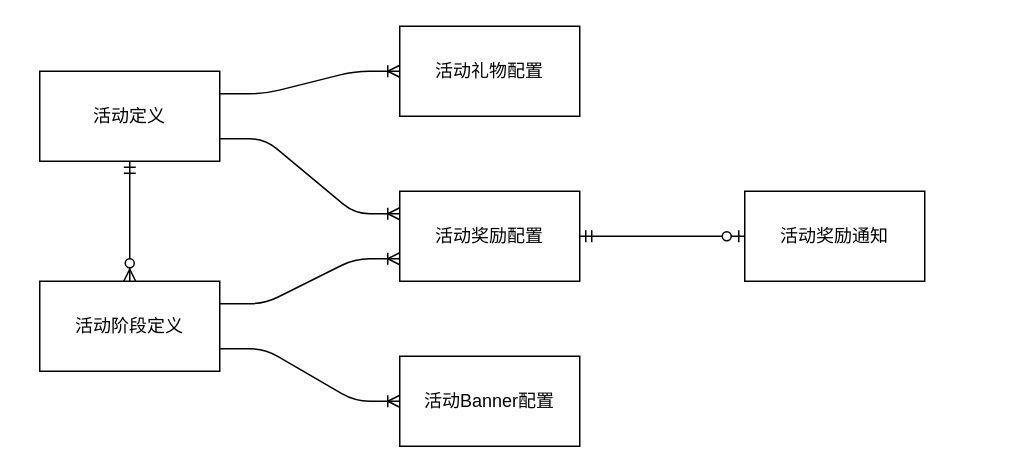
The draw.io diagram assets/活动主体ER图.drawio in steveguoshao/study-notes, before the edit. Source tidied: cells renumbered, new cells numbered last; positions are measured from the earlier drawing's top-left corner, leaving out a move shared by most shapes. Both pictures are drawn from the tidied source at 150%, with x=0, y=0 at pixel (39, 26).
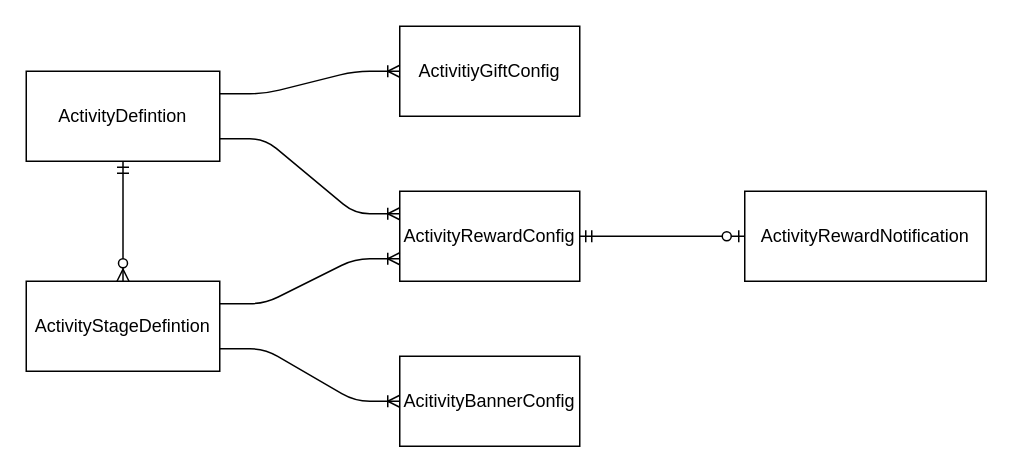
The same page after the edit.

Commit message:
Update 活动主体ER图.drawio

What changed in the source:
```diff
@@
 <mxGraphModel>
   <root>
     <mxCell id="0" />
     <mxCell id="1" parent="0" />
-    <mxCell id="2" value="活动定义" style="rounded=0;whiteSpace=wrap;html=1;" parent="1" vertex="1">
-      <mxGeometry y="30" width="120" height="60" as="geometry" />
+    <mxCell id="2" value="ActivityDefintion" style="rounded=0;whiteSpace=wrap;html=1;" parent="1" vertex="1">
+      <mxGeometry x="-9" y="30" width="129" height="60" as="geometry" />
     </mxCell>
-    <mxCell id="3" value="活动礼物配置" style="rounded=0;whiteSpace=wrap;html=1;" parent="1" vertex="1">
+    <mxCell id="3" value="ActivitiyGiftConfig" style="rounded=0;whiteSpace=wrap;html=1;" parent="1" vertex="1">
       <mxGeometry x="240" width="120" height="60" as="geometry" />
     </mxCell>
     <mxCell id="4" style="edgeStyle=entityRelationEdgeStyle;fontSize=12;html=1;endArrow=ERoneToMany;exitX=1;exitY=0.25;exitDx=0;exitDy=0;" parent="1" edge="1" source="2">
       <mxGeometry relative="1" as="geometry">
         <mxPoint x="240" y="30" as="targetPoint" />
       </mxGeometry>
     </mxCell>
-    <mxCell id="5" value="活动奖励配置" style="rounded=0;whiteSpace=wrap;html=1;" parent="1" vertex="1">
+    <mxCell id="5" value="ActivityRewardConfig" style="rounded=0;whiteSpace=wrap;html=1;" parent="1" vertex="1">
       <mxGeometry x="240" y="110" width="120" height="60" as="geometry" />
     </mxCell>
     <mxCell id="6" style="edgeStyle=entityRelationEdgeStyle;fontSize=12;html=1;endArrow=ERoneToMany;entryX=0;entryY=0.25;entryDx=0;entryDy=0;exitX=1;exitY=0.75;exitDx=0;exitDy=0;" parent="1" edge="1" source="2" target="5">
       <mxGeometry relative="1" as="geometry" />
     </mxCell>
-    <mxCell id="7" value="活动阶段定义" style="rounded=0;whiteSpace=wrap;html=1;" parent="1" vertex="1">
-      <mxGeometry y="170" width="120" height="60" as="geometry" />
+    <mxCell id="7" value="ActivityStageDefintion" style="rounded=0;whiteSpace=wrap;html=1;" parent="1" vertex="1">
+      <mxGeometry x="-9" y="170" width="129" height="60" as="geometry" />
     </mxCell>
     <mxCell id="8" style="edgeStyle=entityRelationEdgeStyle;fontSize=12;html=1;endArrow=ERoneToMany;exitX=1;exitY=0.25;exitDx=0;exitDy=0;entryX=0;entryY=0.75;entryDx=0;entryDy=0;" parent="1" edge="1" source="7" target="5">
       <mxGeometry relative="1" as="geometry" />
     </mxCell>
-    <mxCell id="9" value="活动奖励通知" style="rounded=0;whiteSpace=wrap;html=1;" parent="1" vertex="1">
-      <mxGeometry x="470" y="110" width="120" height="60" as="geometry" />
+    <mxCell id="9" value="ActivityRewardNotification" style="rounded=0;whiteSpace=wrap;html=1;" parent="1" vertex="1">
+      <mxGeometry x="470" y="110" width="161" height="60" as="geometry" />
     </mxCell>
     <mxCell id="10" style="edgeStyle=entityRelationEdgeStyle;fontSize=12;html=1;endArrow=ERzeroToOne;startArrow=ERmandOne;entryX=0;entryY=0.5;entryDx=0;entryDy=0;exitX=1;exitY=0.5;exitDx=0;exitDy=0;" parent="1" edge="1" source="5" target="9">
       <mxGeometry relative="1" as="geometry" />
     </mxCell>
-    <mxCell id="11" value="活动Banner配置" style="rounded=0;whiteSpace=wrap;html=1;" parent="1" vertex="1">
+    <mxCell id="11" value="AcitivityBannerConfig" style="rounded=0;whiteSpace=wrap;html=1;" parent="1" vertex="1">
       <mxGeometry x="240" y="220" width="120" height="60" as="geometry" />
     </mxCell>
     <mxCell id="12" style="edgeStyle=entityRelationEdgeStyle;fontSize=12;html=1;endArrow=ERoneToMany;exitX=1;exitY=0.75;exitDx=0;exitDy=0;entryX=0;entryY=0.5;entryDx=0;entryDy=0;" parent="1" edge="1" source="7" target="11">
       <mxGeometry relative="1" as="geometry" />
     </mxCell>
     <mxCell id="13" style="fontSize=12;html=1;endArrow=ERzeroToMany;startArrow=ERmandOne;entryX=0.5;entryY=0;entryDx=0;entryDy=0;exitX=0.5;exitY=1;exitDx=0;exitDy=0;" parent="1" edge="1" source="2" target="7">
       <mxGeometry relative="1" as="geometry" />
     </mxCell>
   </root>
 </mxGraphModel>
```
